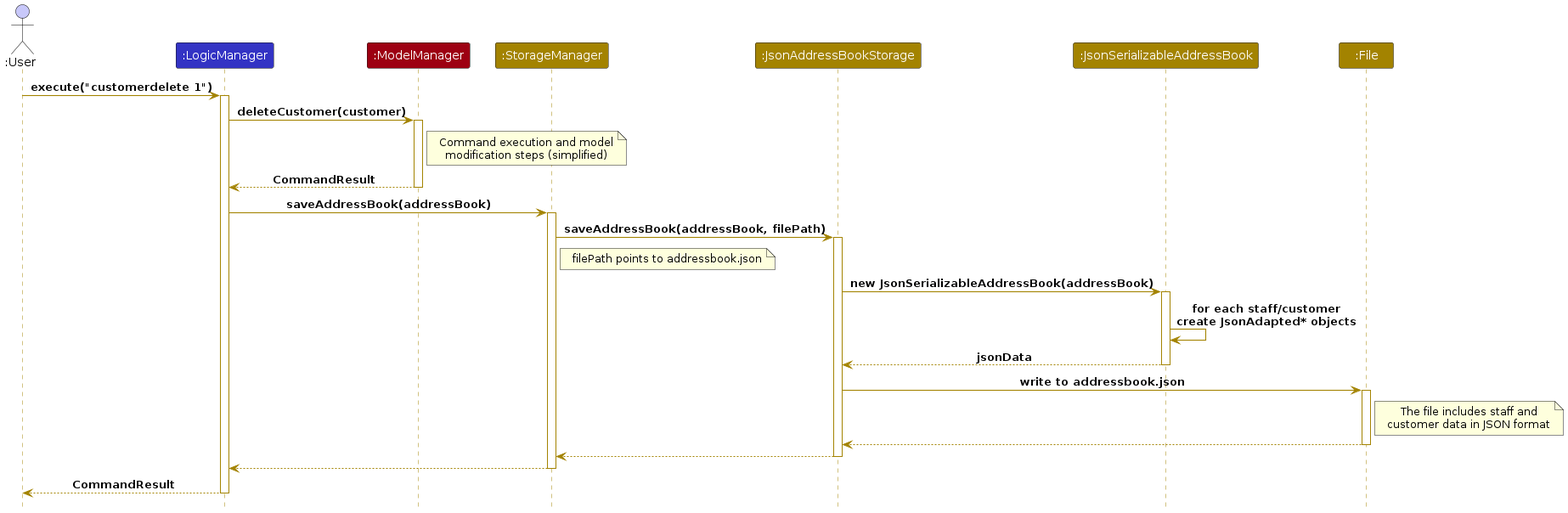
The PlantUML diagram diagrams/StorageSequenceDiagram.png in loyaltypollution/tp, before a commit. Its source is kept beside it as diagrams/StorageSequenceDiagram.puml.
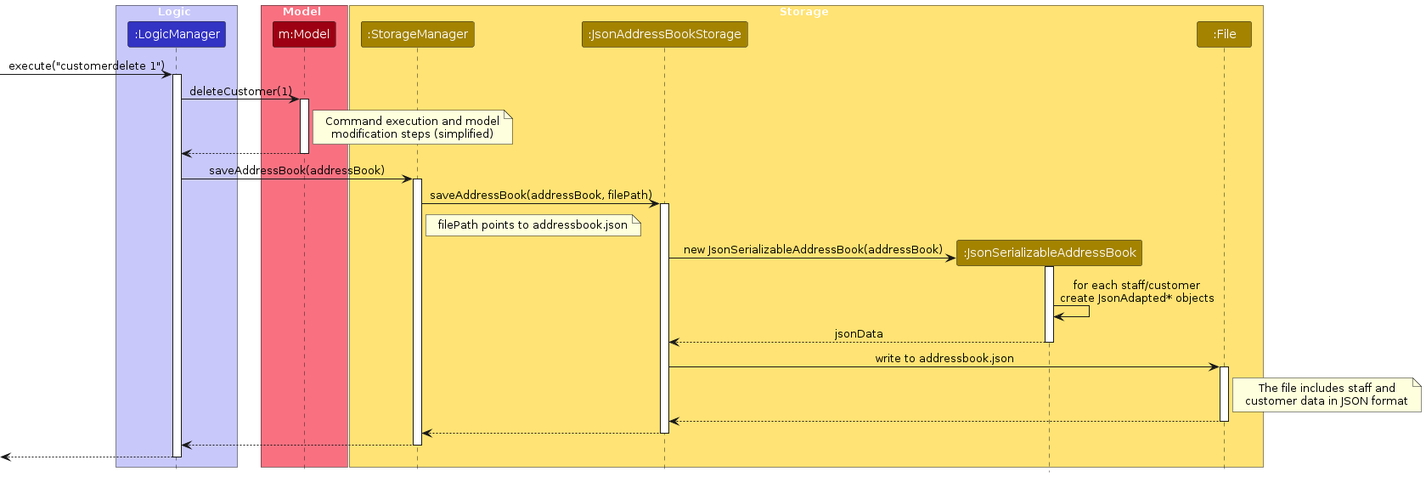
After the commit.

Change to the diagram source:
```diff
@@ -1,29 +1,33 @@
 @startuml StorageSequenceDiagram
 !include style.puml
-skinparam arrowThickness 1.1
-skinparam arrowColor STORAGE_COLOR
-skinparam sequenceLifeLineBorderColor STORAGE_COLOR
-skinparam sequenceMessageFontColor BLACK
+skinparam ArrowFontStyle plain
 
-Actor ":User" as User LOGIC_COLOR_T1
-Participant ":LogicManager" as LogicManager LOGIC_COLOR
-Participant ":ModelManager" as ModelManager MODEL_COLOR
-Participant ":StorageManager" as StorageManager STORAGE_COLOR
-Participant ":JsonAddressBookStorage" as JsonAddressBookStorage STORAGE_COLOR
-Participant ":JsonSerializableAddressBook" as JsonSerializableAddressBook STORAGE_COLOR
-Participant ":File" as File STORAGE_COLOR
+box Logic LOGIC_COLOR_T1
+participant ":LogicManager" as LogicManager LOGIC_COLOR
+end box
 
-User -> LogicManager : execute("customerdelete 1")
+box Model MODEL_COLOR_T1
+participant "m:Model" as Model MODEL_COLOR
+end box
+
+box Storage STORAGE_COLOR_T1
+participant ":StorageManager" as StorageManager STORAGE_COLOR
+participant ":JsonAddressBookStorage" as JsonAddressBookStorage STORAGE_COLOR
+participant ":JsonSerializableAddressBook" as JsonSerializableAddressBook STORAGE_COLOR
+participant ":File" as File STORAGE_COLOR
+end box
+
+[-> LogicManager : execute("customerdelete 1")
 activate LogicManager
 
-LogicManager -> ModelManager : deleteCustomer(customer)
-activate ModelManager
-note right of ModelManager
+LogicManager -> Model : deleteCustomer(1)
+activate Model
+note right of Model
   Command execution and model
   modification steps (simplified)
 end note
-ModelManager --> LogicManager : CommandResult
-deactivate ModelManager
+Model --> LogicManager
+deactivate Model
 
 LogicManager -> StorageManager : saveAddressBook(addressBook)
 activate StorageManager
@@ -34,6 +38,7 @@
   filePath points to addressbook.json
 end note
 
+create JsonSerializableAddressBook
 JsonAddressBookStorage -> JsonSerializableAddressBook : new JsonSerializableAddressBook(addressBook)
 activate JsonSerializableAddressBook
 
@@ -57,7 +62,6 @@
 StorageManager --> LogicManager
 deactivate StorageManager
 
-LogicManager --> User : CommandResult
+[<--LogicManager
 deactivate LogicManager
-
 @enduml
```
